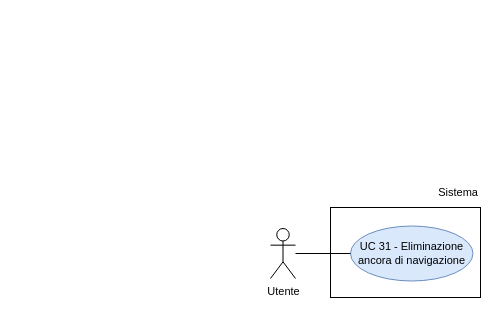
thebitless-group-swe/thebitless.github.io keeps this draw.io diagram as RTB/doc_esterna/analisi-dei-requisiti/assets/draw.io/UC31.drawio. Above is the earlier version. Source tidied: cells renumbered, new cells numbered last; positions are measured from the earlier drawing's top-left corner, leaving out a move shared by most shapes. Both pictures are drawn from the tidied source at 100%, with x=0, y=0 at pixel (270, 177).
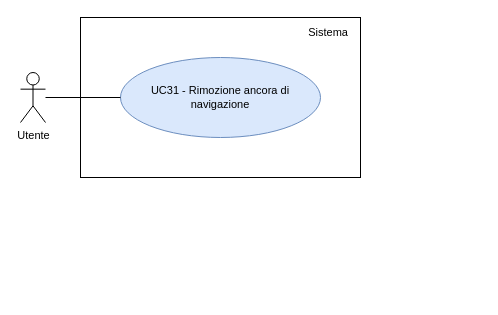
The same page after the edit.

What changed in the source:
```diff
@@
 <mxGraphModel>
   <root>
     <mxCell id="0" />
     <mxCell id="1" parent="0" />
     <mxCell id="2" value="Utente" style="shape=umlActor;verticalLabelPosition=bottom;verticalAlign=top;html=1;outlineConnect=0;fontSize=11;" parent="1" vertex="1">
-      <mxGeometry y="51" width="25" height="50" as="geometry" />
+      <mxGeometry x="-250" y="-105" width="25" height="50" as="geometry" />
     </mxCell>
-    <mxCell id="3" style="rounded=0;whiteSpace=wrap;html=1;strokeWidth=1;" parent="1" vertex="1">
-      <mxGeometry x="60" y="30" width="150" height="90" as="geometry" />
-    </mxCell>
+    <mxCell id="8" style="rounded=0;whiteSpace=wrap;html=1;strokeWidth=1;" parent="1" vertex="1">
+      <mxGeometry x="-190" y="-160" width="280" height="160" as="geometry" />
+    </mxCell>
     <mxCell id="4" value="Sistema" style="text;html=1;whiteSpace=wrap;strokeColor=none;fillColor=none;align=right;verticalAlign=middle;fontSize=11;" parent="1" vertex="1">
-      <mxGeometry x="150" width="60" height="30" as="geometry" />
+      <mxGeometry x="10" y="-155" width="70" height="20" as="geometry" />
     </mxCell>
-    <mxCell id="5" value="UC 31 - Eliminazione ancora di navigazione" style="ellipse;whiteSpace=wrap;html=1;fillColor=#dae8fc;strokeColor=#6c8ebf;fontSize=11;convertToSvg=1;svgWhiteSpace=wrap;labelBorderColor=none;labelBackgroundColor=none;spacingBottom=0;" parent="1" vertex="1">
-      <mxGeometry x="80" y="48.5" width="122.5" height="55" as="geometry" />
-    </mxCell>
-    <mxCell id="6" style="edgeStyle=none;rounded=0;jettySize=auto;html=1;endArrow=none;endFill=0;" parent="1" edge="1" source="2" target="5">
-      <mxGeometry relative="1" as="geometry" />
-    </mxCell>
-    <mxCell id="7" style="edgeStyle=orthogonalEdgeStyle;rounded=0;orthogonalLoop=1;jettySize=auto;html=1;exitX=0.5;exitY=1;exitDx=0;exitDy=0;" parent="1" edge="1" source="4" target="4">
-      <mxGeometry relative="1" as="geometry" />
-    </mxCell>
+    <mxCell id="9" value="UC31 - Rimozione ancora di navigazione" style="ellipse;whiteSpace=wrap;html=1;fillColor=#dae8fc;strokeColor=#6c8ebf;fontSize=11;" parent="1" vertex="1">
+      <mxGeometry x="-150" y="-120" width="200" height="80" as="geometry" />
+    </mxCell>
+    <mxCell id="10" style="edgeStyle=none;rounded=0;jettySize=auto;html=1;endArrow=none;endFill=0;" parent="1" edge="1" source="2" target="9">
+      <mxGeometry relative="1" as="geometry" />
+    </mxCell>
   </root>
 </mxGraphModel>
```
